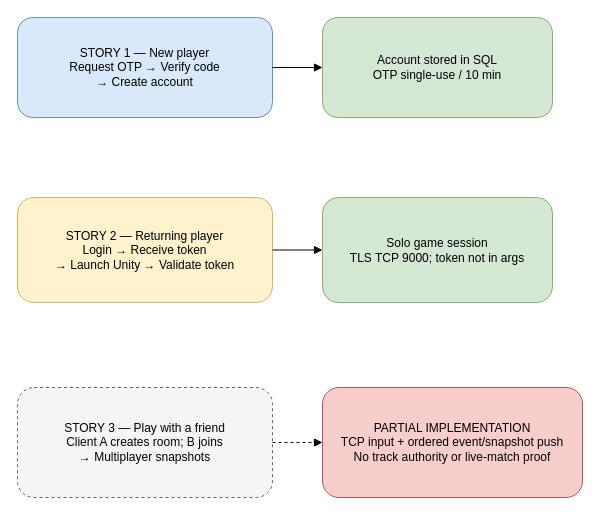
The draw.io diagram docs/diagrams/user-stories.drawio in thanhnhi8769-ctrl/DanToPhong, before the edit. Source tidied: cells renumbered, new cells numbered last; positions are measured from the earlier drawing's top-left corner, leaving out a move shared by most shapes. Both pictures are drawn from the tidied source at 100%, with x=0, y=0 at pixel (17, 17).
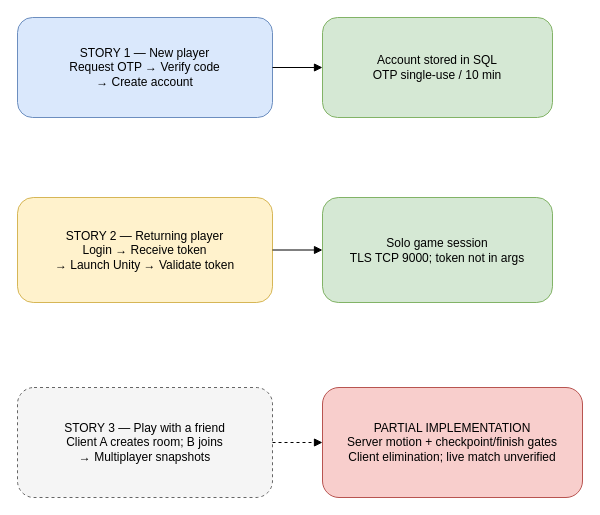
The same page after the edit.

Commit message (it also covers changes not shown here):
docs: sync local test evidence and diagrams

Diff of the diagram source:
```diff
@@
 <mxGraphModel>
   <root>
     <mxCell id="0" />
     <mxCell id="1" parent="0" />
     <mxCell id="2" value="STORY 1 — New player&#10;Request OTP → Verify code&#10;→ Create account" style="rounded=1;whiteSpace=wrap;html=1;fillColor=#dae8fc;strokeColor=#6c8ebf;" parent="1" vertex="1">
       <mxGeometry width="255" height="100" as="geometry" />
     </mxCell>
     <mxCell id="3" value="Account stored in SQL&#10;OTP single-use / 10 min" style="rounded=1;whiteSpace=wrap;html=1;fillColor=#d5e8d4;strokeColor=#82b366;" parent="1" vertex="1">
       <mxGeometry x="305" width="230" height="100" as="geometry" />
     </mxCell>
     <mxCell id="4" value="STORY 2 — Returning player&#10;Login → Receive token&#10;→ Launch Unity → Validate token" style="rounded=1;whiteSpace=wrap;html=1;fillColor=#fff2cc;strokeColor=#d6b656;" parent="1" vertex="1">
       <mxGeometry y="180" width="255" height="105" as="geometry" />
     </mxCell>
     <mxCell id="5" value="Solo game session&#10;TLS TCP 9000; token not in args" style="rounded=1;whiteSpace=wrap;html=1;fillColor=#d5e8d4;strokeColor=#82b366;" parent="1" vertex="1">
       <mxGeometry x="305" y="180" width="230" height="105" as="geometry" />
     </mxCell>
     <mxCell id="6" value="STORY 3 — Play with a friend&#10;Client A creates room; B joins&#10;→ Multiplayer snapshots" style="rounded=1;whiteSpace=wrap;html=1;dashed=1;fillColor=#f5f5f5;strokeColor=#666666;" parent="1" vertex="1">
       <mxGeometry y="370" width="255" height="110" as="geometry" />
     </mxCell>
-    <mxCell id="7" value="PARTIAL IMPLEMENTATION&#10;TCP input + ordered event/snapshot push&#10;No track authority or live-match proof" style="rounded=1;whiteSpace=wrap;html=1;fillColor=#f8cecc;strokeColor=#b85450;" parent="1" vertex="1">
+    <mxCell id="7" value="PARTIAL IMPLEMENTATION&#10;Server motion + checkpoint/finish gates&#10;Client elimination; live match unverified" style="rounded=1;whiteSpace=wrap;html=1;fillColor=#f8cecc;strokeColor=#b85450;" parent="1" vertex="1">
       <mxGeometry x="305" y="370" width="260" height="110" as="geometry" />
     </mxCell>
     <mxCell id="8" style="endArrow=block;html=1;" parent="1" edge="1" source="2" target="3">
       <mxGeometry relative="1" as="geometry" />
     </mxCell>
     <mxCell id="9" style="endArrow=block;html=1;" parent="1" edge="1" source="4" target="5">
       <mxGeometry relative="1" as="geometry" />
     </mxCell>
     <mxCell id="10" style="endArrow=block;html=1;dashed=1;" parent="1" edge="1" source="6" target="7">
       <mxGeometry relative="1" as="geometry" />
     </mxCell>
   </root>
 </mxGraphModel>
```
